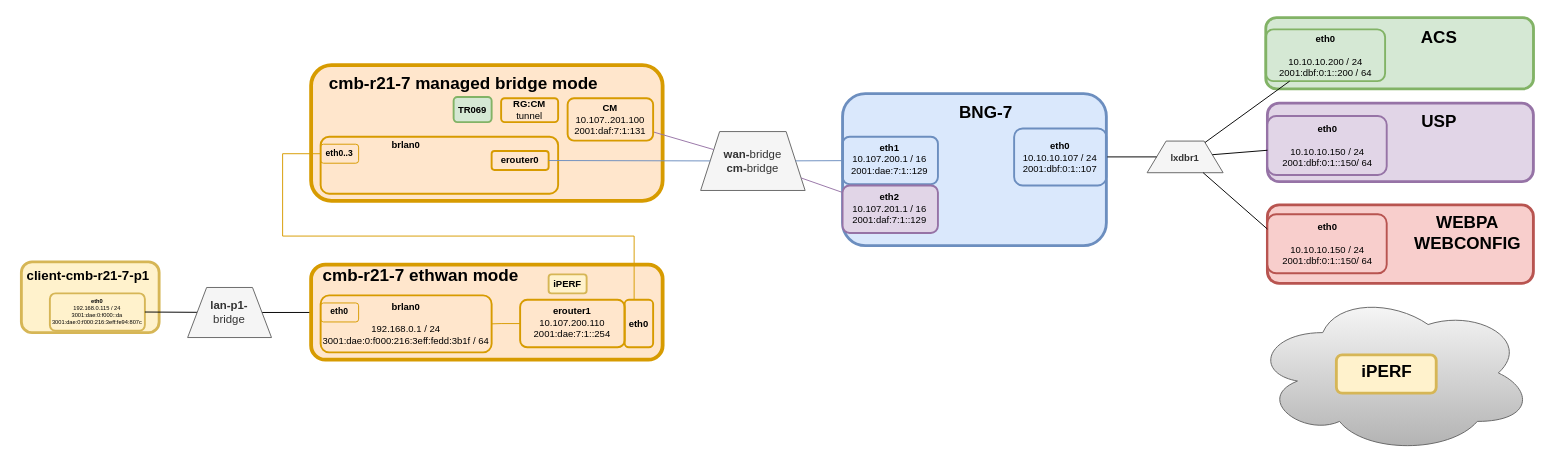
This is page "Page-2" (2 of 2) of drawio/containers.drawio from robvogelaar/robvogelaar.github.io, a draw.io file, before an edit. Source tidied: cells renumbered, new cells numbered last; positions are measured from the earlier drawing's top-left corner, leaving out a move shared by most shapes. Both pictures are drawn from the tidied source at 95%, with x=0, y=0 at pixel (16, 17).
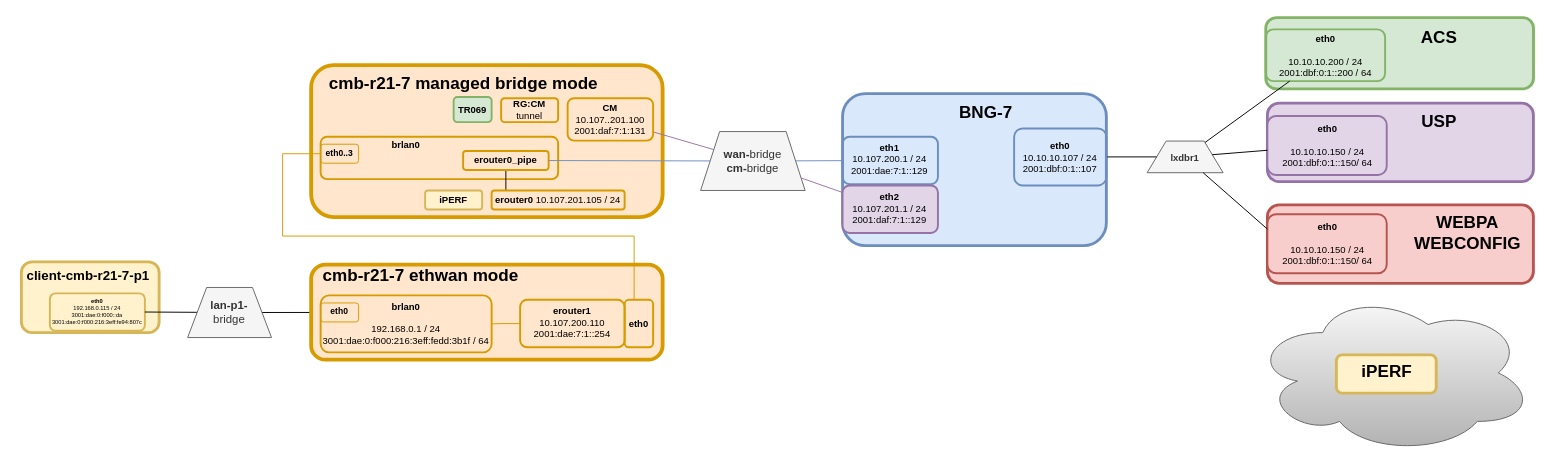
Above is the later version.

Change to the diagram source:
```diff
@@
     <mxCell id="3" style="rounded=1;whiteSpace=wrap;html=1;fillColor=#ffe6cc;strokeColor=#d79b00;fillStyle=auto;strokeWidth=4;fontSize=9;" parent="1" vertex="1">
-      <mxGeometry x="310" y="50" width="370" height="143" as="geometry" />
+      <mxGeometry x="310" y="50" width="370" height="160" as="geometry" />
     </mxCell>
@@
     <mxCell id="5" style="rounded=1;whiteSpace=wrap;html=1;fillColor=none;strokeColor=#d79b00;strokeWidth=2;fontSize=9;" parent="1" vertex="1">
-      <mxGeometry x="320" y="125.4" width="250" height="60" as="geometry" />
+      <mxGeometry x="320" y="125.4" width="250" height="44.6" as="geometry" />
     </mxCell>
@@
+    <mxCell id="54" style="edgeStyle=orthogonalEdgeStyle;rounded=0;jettySize=auto;html=1;endArrow=none;" parent="1" edge="1" source="8" target="55">
+      <mxGeometry relative="1" as="geometry">
+        <Array as="points">
+          <mxPoint x="530" y="190" />
+          <mxPoint x="530" y="190" />
+        </Array>
+      </mxGeometry>
+    </mxCell>
-    <mxCell id="8" value="&lt;b style=&quot;font-size: 10px;&quot;&gt;erouter0&lt;/b&gt;" style="rounded=1;whiteSpace=wrap;html=1;align=center;fillColor=none;strokeColor=#d79b00;fontSize=10;strokeWidth=2;verticalAlign=middle;" parent="1" vertex="1">
-      <mxGeometry x="500" y="140.4" width="60" height="20" as="geometry" />
+    <mxCell id="8" value="&lt;b style=&quot;font-size: 10px;&quot;&gt;erouter0_pipe&lt;/b&gt;" style="rounded=1;whiteSpace=wrap;html=1;align=center;fillColor=none;strokeColor=#d79b00;fontSize=10;strokeWidth=2;verticalAlign=middle;" parent="1" vertex="1">
+      <mxGeometry x="470" y="140.4" width="90" height="20" as="geometry" />
     </mxCell>
@@
-    <mxCell id="22" value="eth1&lt;br&gt;&lt;span style=&quot;font-weight: normal;&quot;&gt;10.107.200.1 / 16&lt;/span&gt;&lt;br&gt;&lt;span style=&quot;font-weight: normal;&quot;&gt;2001:dae:7:1::129&lt;/span&gt;" style="rounded=1;whiteSpace=wrap;html=1;fillColor=none;strokeColor=#6c8ebf;fontSize=10;fontStyle=1;strokeWidth=2;verticalAlign=top;" parent="1" vertex="1">
+    <mxCell id="22" value="eth1&lt;br&gt;&lt;span style=&quot;font-weight: normal;&quot;&gt;10.107.200.1 / 24&lt;/span&gt;&lt;br&gt;&lt;span style=&quot;font-weight: normal;&quot;&gt;2001:dae:7:1::129&lt;/span&gt;" style="rounded=1;whiteSpace=wrap;html=1;fillColor=none;strokeColor=#6c8ebf;fontSize=10;fontStyle=1;strokeWidth=2;verticalAlign=top;" parent="1" vertex="1">
       <mxGeometry x="869.4" y="125.4" width="100.4" height="50" as="geometry" />
     </mxCell>
@@
-    <mxCell id="47" value="eth2&lt;br&gt;&lt;span style=&quot;font-weight: normal;&quot;&gt;10.107.201.1 / 16&lt;/span&gt;&lt;br&gt;&lt;span style=&quot;font-weight: normal;&quot;&gt;2001:daf:7:1::129&lt;/span&gt;" style="rounded=1;whiteSpace=wrap;html=1;fillColor=#e1d5e7;strokeColor=#9673a6;fontSize=10;fontStyle=1;strokeWidth=2;verticalAlign=top;" parent="1" vertex="1">
+    <mxCell id="47" value="eth2&lt;br&gt;&lt;span style=&quot;font-weight: normal;&quot;&gt;10.107.201.1 / 24&lt;/span&gt;&lt;br&gt;&lt;span style=&quot;font-weight: normal;&quot;&gt;2001:daf:7:1::129&lt;/span&gt;" style="rounded=1;whiteSpace=wrap;html=1;fillColor=#e1d5e7;strokeColor=#9673a6;fontSize=10;fontStyle=1;strokeWidth=2;verticalAlign=top;" parent="1" vertex="1">
       <mxGeometry x="869.4" y="176.7" width="100.4" height="50" as="geometry" />
     </mxCell>
@@
     <mxCell id="52" value="iPERF" style="rounded=1;whiteSpace=wrap;html=1;fillColor=#fff2cc;strokeColor=#d6b656;fontSize=10;fontStyle=1;strokeWidth=2;" parent="1" vertex="1">
-      <mxGeometry x="560" y="270.3" width="40" height="20" as="geometry" />
+      <mxGeometry x="430" y="182" width="60" height="20" as="geometry" />
     </mxCell>
@@
+    <mxCell id="55" value="&lt;b style=&quot;font-size: 10px;&quot;&gt;erouter0 &lt;/b&gt;&lt;span style=&quot;font-size: 10px;&quot;&gt;10.107.201.105 / 24&lt;/span&gt;" style="rounded=1;whiteSpace=wrap;html=1;align=center;fillColor=none;strokeColor=#d79b00;fontSize=10;strokeWidth=2;verticalAlign=middle;" parent="1" vertex="1">
+      <mxGeometry x="500" y="182" width="140" height="20" as="geometry" />
+    </mxCell>
```
